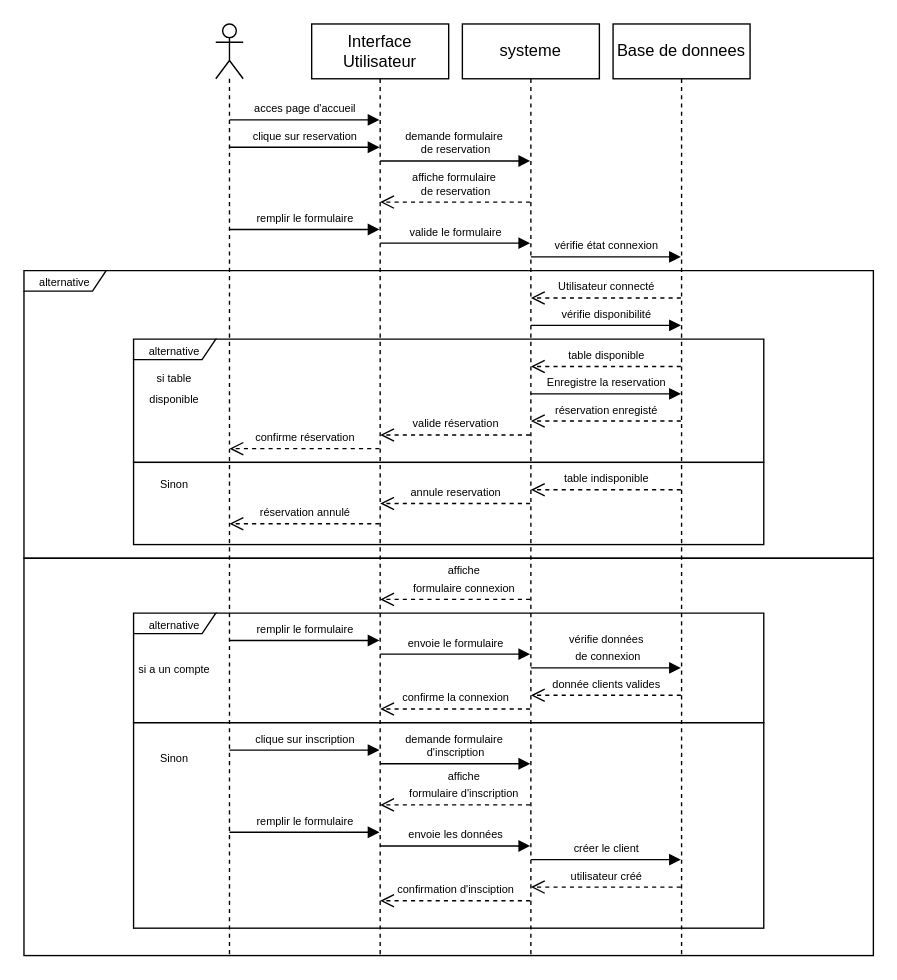
Before: assets/Diagrammes/Sequences/quai_antique_sequence_reservation.drawio in MathieuBal/STUDI_Projet_fil_rouge, a draw.io diagram. Source tidied: cells renumbered, new cells numbered last; positions are measured from the earlier drawing's top-left corner, leaving out a move shared by most shapes. Both pictures are drawn from the tidied source at 137%, with x=0, y=0 at pixel (23, 23).
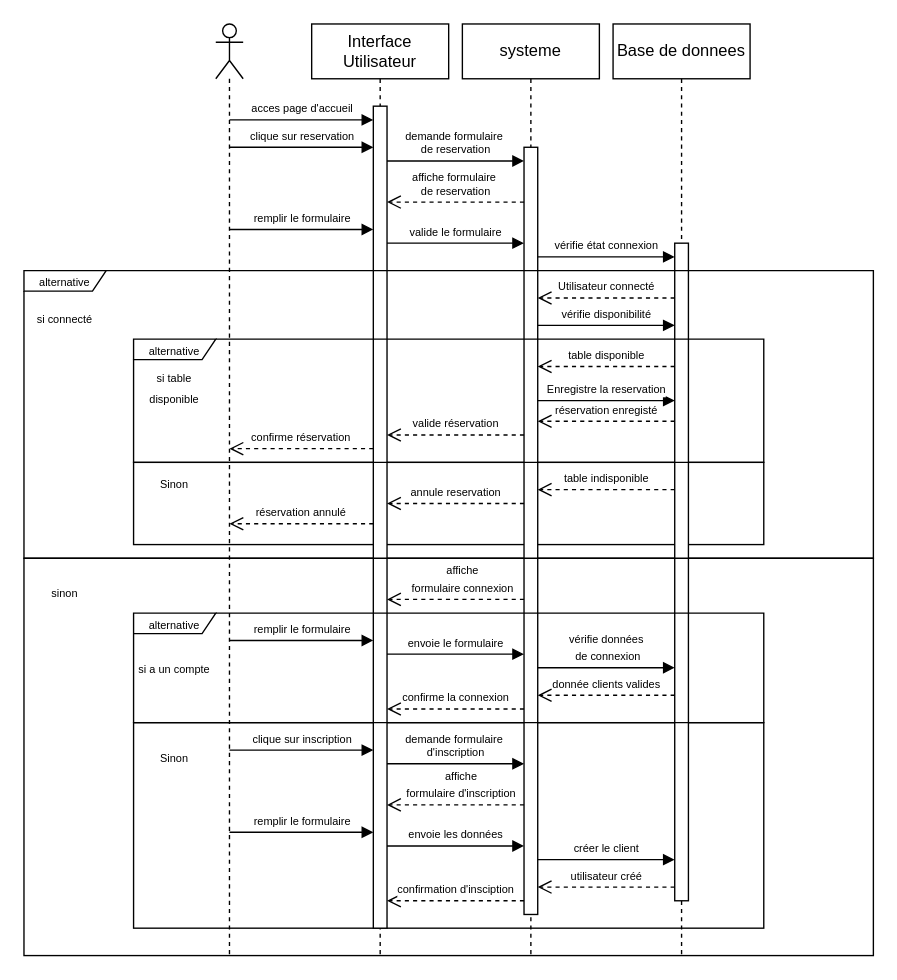
Above is the later version.

Commit message:
Mettre à jour quai_antique_sequence_reservation.drawio

Unchanged cells that the change refers to:
```xml
<mxCell id="5" value="Interface Utilisateur" style="shape=umlLifeline;perimeter=lifelinePerimeter;whiteSpace=wrap;html=1;newEdgeStyle={&quot;curved&quot;:0,&quot;rounded&quot;:0};" parent="1" vertex="1">
  <mxGeometry x="210" width="100" height="680" as="geometry" />
</mxCell>
<mxCell id="6" value="systeme" style="shape=umlLifeline;perimeter=lifelinePerimeter;whiteSpace=wrap;html=1;newEdgeStyle={&quot;curved&quot;:0,&quot;rounded&quot;:0};" parent="1" vertex="1">
  <mxGeometry x="320" width="100" height="680" as="geometry" />
</mxCell>
<mxCell id="7" value="Base de donnees" style="shape=umlLifeline;perimeter=lifelinePerimeter;whiteSpace=wrap;html=1;newEdgeStyle={&quot;curved&quot;:0,&quot;rounded&quot;:0};" parent="1" vertex="1">
  <mxGeometry x="430" width="100" height="680" as="geometry" />
</mxCell>
```

What changed in the source:
```diff
@@
+    <mxCell id="47" style="html=1;points=[[0,0,0,0,5],[0,1,0,0,-5],[1,0,0,0,5],[1,1,0,0,-5]];perimeter=orthogonalPerimeter;outlineConnect=0;targetShapes=umlLifeline;portConstraint=eastwest;newEdgeStyle={&quot;curved&quot;:0,&quot;rounded&quot;:0};" parent="5" vertex="1">
+      <mxGeometry x="45" y="60" width="10" height="600" as="geometry" />
+    </mxCell>
@@
+    <mxCell id="48" style="html=1;points=[[0,0,0,0,5],[0,1,0,0,-5],[1,0,0,0,5],[1,1,0,0,-5]];perimeter=orthogonalPerimeter;outlineConnect=0;targetShapes=umlLifeline;portConstraint=eastwest;newEdgeStyle={&quot;curved&quot;:0,&quot;rounded&quot;:0};" parent="6" vertex="1">
+      <mxGeometry x="45" y="90" width="10" height="560" as="geometry" />
+    </mxCell>
@@
+    <mxCell id="49" style="html=1;perimeter=orthogonalPerimeter;targetShapes=umlLifeline;newEdgeStyle={&quot;curved&quot;:0,&quot;rounded&quot;:0};" parent="7" vertex="1">
+      <mxGeometry x="45" y="160" width="10" height="480" as="geometry" />
+    </mxCell>
@@
-    <mxCell id="9" value="&lt;font style=&quot;font-size: 8px;&quot;&gt;clique sur reservation&lt;/font&gt;" style="html=1;verticalAlign=bottom;endArrow=block;curved=0;rounded=0;" parent="1" edge="1">
+    <mxCell id="9" value="&lt;font style=&quot;font-size: 8px;&quot;&gt;clique sur reservation&lt;/font&gt;" style="html=1;verticalAlign=bottom;endArrow=block;curved=0;rounded=0;" parent="1" edge="1" target="47">
       <mxGeometry relative="1" as="geometry">
         <mxPoint x="150" y="90" as="sourcePoint" />
-        <mxPoint x="259.5" y="90" as="targetPoint" />
       </mxGeometry>
     </mxCell>
-    <mxCell id="10" value="&lt;font style=&quot;font-size: 8px;&quot;&gt;acces page d'accueil&lt;/font&gt;" style="html=1;verticalAlign=bottom;endArrow=block;curved=0;rounded=0;" parent="1" edge="1">
+    <mxCell id="10" value="&lt;font style=&quot;font-size: 8px;&quot;&gt;acces page d'accueil&lt;/font&gt;" style="html=1;verticalAlign=bottom;endArrow=block;curved=0;rounded=0;" parent="1" edge="1" target="47">
       <mxGeometry relative="1" as="geometry">
         <mxPoint x="150" y="70" as="sourcePoint" />
-        <mxPoint x="259.5" y="70" as="targetPoint" />
       </mxGeometry>
     </mxCell>
-    <mxCell id="11" value="&lt;font style=&quot;font-size: 8px;&quot;&gt;demande formulaire&amp;nbsp;&lt;/font&gt;&lt;div style=&quot;font-size: 8px;&quot;&gt;&lt;font style=&quot;font-size: 8px;&quot;&gt;de reservation&lt;/font&gt;&lt;/div&gt;" style="html=1;verticalAlign=bottom;endArrow=block;curved=0;rounded=0;" parent="1" edge="1">
+    <mxCell id="11" value="&lt;font style=&quot;font-size: 8px;&quot;&gt;demande formulaire&amp;nbsp;&lt;/font&gt;&lt;div style=&quot;font-size: 8px;&quot;&gt;&lt;font style=&quot;font-size: 8px;&quot;&gt;de reservation&lt;/font&gt;&lt;/div&gt;" style="html=1;verticalAlign=bottom;endArrow=block;curved=0;rounded=0;" parent="1" edge="1" source="47">
       <mxGeometry relative="1" as="geometry">
-        <mxPoint x="260" y="100" as="sourcePoint" />
-        <mxPoint x="369.5" y="100" as="targetPoint" />
+        <mxPoint x="365" y="100" as="targetPoint" />
       </mxGeometry>
     </mxCell>
-    <mxCell id="12" value="&lt;font style=&quot;font-size: 8px;&quot;&gt;affiche formulaire&amp;nbsp;&lt;/font&gt;&lt;div style=&quot;font-size: 8px;&quot;&gt;de reservation&lt;/div&gt;" style="html=1;verticalAlign=bottom;endArrow=open;dashed=1;endSize=8;curved=0;rounded=0;" parent="1" edge="1">
+    <mxCell id="12" value="&lt;font style=&quot;font-size: 8px;&quot;&gt;affiche formulaire&amp;nbsp;&lt;/font&gt;&lt;div style=&quot;font-size: 8px;&quot;&gt;de reservation&lt;/div&gt;" style="html=1;verticalAlign=bottom;endArrow=open;dashed=1;endSize=8;curved=0;rounded=0;" parent="1" edge="1" target="47">
       <mxGeometry relative="1" as="geometry">
-        <mxPoint x="369.5" y="130" as="sourcePoint" />
-        <mxPoint x="260" y="130" as="targetPoint" />
+        <mxPoint x="365" y="130" as="sourcePoint" />
       </mxGeometry>
     </mxCell>
-    <mxCell id="13" value="&lt;span style=&quot;font-size: 8px;&quot;&gt;remplir le formulaire&lt;/span&gt;" style="html=1;verticalAlign=bottom;endArrow=block;curved=0;rounded=0;" parent="1" edge="1">
+    <mxCell id="13" value="&lt;span style=&quot;font-size: 8px;&quot;&gt;remplir le formulaire&lt;/span&gt;" style="html=1;verticalAlign=bottom;endArrow=block;curved=0;rounded=0;" parent="1" edge="1" target="47">
       <mxGeometry relative="1" as="geometry">
         <mxPoint x="150" y="150" as="sourcePoint" />
-        <mxPoint x="259.5" y="150" as="targetPoint" />
       </mxGeometry>
     </mxCell>
-    <mxCell id="14" value="&lt;span style=&quot;font-size: 8px;&quot;&gt;valide le formulaire&lt;/span&gt;" style="html=1;verticalAlign=bottom;endArrow=block;curved=0;rounded=0;" parent="1" edge="1">
+    <mxCell id="14" value="&lt;span style=&quot;font-size: 8px;&quot;&gt;valide le formulaire&lt;/span&gt;" style="html=1;verticalAlign=bottom;endArrow=block;curved=0;rounded=0;" parent="1" edge="1" source="47">
       <mxGeometry relative="1" as="geometry">
-        <mxPoint x="260" y="160" as="sourcePoint" />
-        <mxPoint x="369.5" y="160" as="targetPoint" />
+        <mxPoint x="365" y="160" as="targetPoint" />
       </mxGeometry>
     </mxCell>
@@
-    <mxCell id="16" value="&lt;span style=&quot;font-size: 8px;&quot;&gt;vérifie état connexion&lt;/span&gt;" style="html=1;verticalAlign=bottom;endArrow=block;curved=0;rounded=0;" parent="1" edge="1">
+    <mxCell id="16" value="&lt;span style=&quot;font-size: 8px;&quot;&gt;vérifie état connexion&lt;/span&gt;" style="html=1;verticalAlign=bottom;endArrow=block;curved=0;rounded=0;" parent="1" edge="1" source="48">
       <mxGeometry relative="1" as="geometry">
-        <mxPoint x="370" y="170" as="sourcePoint" />
-        <mxPoint x="479.5" y="170" as="targetPoint" />
+        <mxPoint x="475" y="170" as="targetPoint" />
       </mxGeometry>
     </mxCell>
-    <mxCell id="17" value="&lt;span style=&quot;font-size: 8px;&quot;&gt;Utilisateur connecté&lt;/span&gt;" style="html=1;verticalAlign=bottom;endArrow=open;dashed=1;endSize=8;curved=0;rounded=0;" parent="1" edge="1">
+    <mxCell id="17" value="&lt;span style=&quot;font-size: 8px;&quot;&gt;Utilisateur connecté&lt;/span&gt;" style="html=1;verticalAlign=bottom;endArrow=open;dashed=1;endSize=8;curved=0;rounded=0;" parent="1" edge="1" target="48">
       <mxGeometry relative="1" as="geometry">
-        <mxPoint x="479.5" y="200" as="sourcePoint" />
-        <mxPoint x="370" y="200" as="targetPoint" />
+        <mxPoint x="475" y="200" as="sourcePoint" />
       </mxGeometry>
     </mxCell>
-    <mxCell id="18" value="&lt;span style=&quot;font-size: 8px;&quot;&gt;vérifie disponibilité&lt;/span&gt;" style="html=1;verticalAlign=bottom;endArrow=block;curved=0;rounded=0;" parent="1" edge="1">
+    <mxCell id="18" value="&lt;span style=&quot;font-size: 8px;&quot;&gt;vérifie disponibilité&lt;/span&gt;" style="html=1;verticalAlign=bottom;endArrow=block;curved=0;rounded=0;" parent="1" edge="1" source="48">
       <mxGeometry relative="1" as="geometry">
-        <mxPoint x="370" y="220" as="sourcePoint" />
-        <mxPoint x="479.5" y="220" as="targetPoint" />
+        <mxPoint x="475" y="220" as="targetPoint" />
       </mxGeometry>
     </mxCell>
@@
-    <mxCell id="20" value="&lt;span style=&quot;font-size: 8px;&quot;&gt;table disponible&lt;/span&gt;" style="html=1;verticalAlign=bottom;endArrow=open;dashed=1;endSize=8;curved=0;rounded=0;" parent="1" edge="1">
+    <mxCell id="20" value="&lt;span style=&quot;font-size: 8px;&quot;&gt;table disponible&lt;/span&gt;" style="html=1;verticalAlign=bottom;endArrow=open;dashed=1;endSize=8;curved=0;rounded=0;" parent="1" edge="1" target="48">
       <mxGeometry relative="1" as="geometry">
-        <mxPoint x="479.5" y="250" as="sourcePoint" />
-        <mxPoint x="370" y="250" as="targetPoint" />
+        <mxPoint x="475" y="250" as="sourcePoint" />
       </mxGeometry>
     </mxCell>
+    <mxCell id="22" value="&lt;span style=&quot;font-size: 8px;&quot;&gt;réservation enregisté&lt;/span&gt;" style="html=1;verticalAlign=bottom;endArrow=open;dashed=1;endSize=8;curved=0;rounded=0;" parent="1" edge="1">
+      <mxGeometry relative="1" as="geometry">
+        <mxPoint x="475" y="290" as="sourcePoint" />
+        <mxPoint x="375" y="290" as="targetPoint" />
+      </mxGeometry>
+    </mxCell>
     <mxCell id="21" value="&lt;span style=&quot;font-size: 8px;&quot;&gt;Enregistre la reservation&lt;/span&gt;" style="html=1;verticalAlign=bottom;endArrow=block;curved=0;rounded=0;" parent="1" edge="1">
       <mxGeometry relative="1" as="geometry">
-        <mxPoint x="370" y="270" as="sourcePoint" />
-        <mxPoint x="479.5" y="270" as="targetPoint" />
+        <mxPoint x="375" y="274.9" as="sourcePoint" />
+        <mxPoint x="475" y="274.9" as="targetPoint" />
       </mxGeometry>
     </mxCell>
-    <mxCell id="22" value="&lt;span style=&quot;font-size: 8px;&quot;&gt;réservation enregisté&lt;/span&gt;" style="html=1;verticalAlign=bottom;endArrow=open;dashed=1;endSize=8;curved=0;rounded=0;" parent="1" edge="1">
-      <mxGeometry relative="1" as="geometry">
-        <mxPoint x="479.5" y="289.8" as="sourcePoint" />
-        <mxPoint x="370" y="289.8" as="targetPoint" />
-      </mxGeometry>
-    </mxCell>
-    <mxCell id="23" value="&lt;span style=&quot;font-size: 8px;&quot;&gt;valide réservation&lt;/span&gt;" style="html=1;verticalAlign=bottom;endArrow=open;dashed=1;endSize=8;curved=0;rounded=0;" parent="1" edge="1">
+    <mxCell id="23" value="&lt;span style=&quot;font-size: 8px;&quot;&gt;valide réservation&lt;/span&gt;" style="html=1;verticalAlign=bottom;endArrow=open;dashed=1;endSize=8;curved=0;rounded=0;" parent="1" edge="1" target="47">
       <mxGeometry relative="1" as="geometry">
-        <mxPoint x="369.5" y="300" as="sourcePoint" />
-        <mxPoint x="260" y="300" as="targetPoint" />
+        <mxPoint x="365" y="300" as="sourcePoint" />
       </mxGeometry>
     </mxCell>
-    <mxCell id="24" value="&lt;span style=&quot;font-size: 8px;&quot;&gt;confirme réservation&lt;/span&gt;" style="html=1;verticalAlign=bottom;endArrow=open;dashed=1;endSize=8;curved=0;rounded=0;" parent="1" edge="1">
+    <mxCell id="24" value="&lt;span style=&quot;font-size: 8px;&quot;&gt;confirme réservation&lt;/span&gt;" style="html=1;verticalAlign=bottom;endArrow=open;dashed=1;endSize=8;curved=0;rounded=0;" parent="1" edge="1" source="47">
       <mxGeometry relative="1" as="geometry">
-        <mxPoint x="259.5" y="310" as="sourcePoint" />
         <mxPoint x="150" y="310" as="targetPoint" />
       </mxGeometry>
     </mxCell>
     <mxCell id="25" value="&lt;span style=&quot;font-size: 8px;&quot;&gt;table indisponible&lt;/span&gt;" style="html=1;verticalAlign=bottom;endArrow=open;dashed=1;endSize=8;curved=0;rounded=0;" parent="1" edge="1">
       <mxGeometry relative="1" as="geometry">
-        <mxPoint x="479.5" y="340" as="sourcePoint" />
-        <mxPoint x="370" y="340" as="targetPoint" />
+        <mxPoint x="475" y="339.9" as="sourcePoint" />
+        <mxPoint x="375" y="339.9" as="targetPoint" />
       </mxGeometry>
     </mxCell>
-    <mxCell id="26" value="&lt;span style=&quot;font-size: 8px;&quot;&gt;annule reservation&lt;/span&gt;" style="html=1;verticalAlign=bottom;endArrow=open;dashed=1;endSize=8;curved=0;rounded=0;" parent="1" edge="1">
+    <mxCell id="26" value="&lt;span style=&quot;font-size: 8px;&quot;&gt;annule reservation&lt;/span&gt;" style="html=1;verticalAlign=bottom;endArrow=open;dashed=1;endSize=8;curved=0;rounded=0;" parent="1" edge="1" target="47">
       <mxGeometry relative="1" as="geometry">
-        <mxPoint x="369.5" y="350" as="sourcePoint" />
-        <mxPoint x="260" y="350" as="targetPoint" />
+        <mxPoint x="365" y="350" as="sourcePoint" />
       </mxGeometry>
     </mxCell>
-    <mxCell id="27" value="&lt;span style=&quot;font-size: 8px;&quot;&gt;réservation annulé&lt;/span&gt;" style="html=1;verticalAlign=bottom;endArrow=open;dashed=1;endSize=8;curved=0;rounded=0;" parent="1" edge="1">
+    <mxCell id="27" value="&lt;span style=&quot;font-size: 8px;&quot;&gt;réservation annulé&lt;/span&gt;" style="html=1;verticalAlign=bottom;endArrow=open;dashed=1;endSize=8;curved=0;rounded=0;" parent="1" edge="1" source="47">
       <mxGeometry relative="1" as="geometry">
-        <mxPoint x="259.5" y="364.8" as="sourcePoint" />
         <mxPoint x="150" y="364.8" as="targetPoint" />
       </mxGeometry>
     </mxCell>
@@
     <mxCell id="30" value="&lt;span style=&quot;font-size: 8px;&quot;&gt;donnée clients valides&lt;/span&gt;" style="html=1;verticalAlign=bottom;endArrow=open;dashed=1;endSize=8;curved=0;rounded=0;" parent="1" edge="1">
       <mxGeometry relative="1" as="geometry">
-        <mxPoint x="479.5" y="490" as="sourcePoint" />
-        <mxPoint x="370" y="490" as="targetPoint" />
+        <mxPoint x="475" y="490" as="sourcePoint" />
+        <mxPoint x="375" y="490" as="targetPoint" />
       </mxGeometry>
     </mxCell>
-    <mxCell id="31" value="&lt;span style=&quot;font-size: 8px;&quot;&gt;affiche&lt;/span&gt;&lt;div&gt;&lt;span style=&quot;font-size: 8px;&quot;&gt;formulaire connexion&lt;/span&gt;&lt;/div&gt;" style="html=1;verticalAlign=bottom;endArrow=open;dashed=1;endSize=8;curved=0;rounded=0;" parent="1" edge="1">
+    <mxCell id="31" value="&lt;span style=&quot;font-size: 8px;&quot;&gt;affiche&lt;/span&gt;&lt;div&gt;&lt;span style=&quot;font-size: 8px;&quot;&gt;formulaire connexion&lt;/span&gt;&lt;/div&gt;" style="html=1;verticalAlign=bottom;endArrow=open;dashed=1;endSize=8;curved=0;rounded=0;" parent="1" edge="1" target="47">
       <mxGeometry x="-0.1" relative="1" as="geometry">
-        <mxPoint x="369.5" y="420" as="sourcePoint" />
-        <mxPoint x="260" y="420" as="targetPoint" />
+        <mxPoint x="365" y="420" as="sourcePoint" />
       </mxGeometry>
     </mxCell>
@@
-    <mxCell id="33" value="&lt;span style=&quot;font-size: 8px;&quot;&gt;remplir le formulaire&lt;/span&gt;" style="html=1;verticalAlign=bottom;endArrow=block;curved=0;rounded=0;" parent="1" edge="1">
+    <mxCell id="33" value="&lt;span style=&quot;font-size: 8px;&quot;&gt;remplir le formulaire&lt;/span&gt;" style="html=1;verticalAlign=bottom;endArrow=block;curved=0;rounded=0;" parent="1" edge="1" target="47">
       <mxGeometry relative="1" as="geometry">
         <mxPoint x="150" y="450" as="sourcePoint" />
-        <mxPoint x="259.5" y="450" as="targetPoint" />
       </mxGeometry>
     </mxCell>
-    <mxCell id="34" value="&lt;span style=&quot;font-size: 8px;&quot;&gt;envoie le formulaire&lt;/span&gt;" style="html=1;verticalAlign=bottom;endArrow=block;curved=0;rounded=0;" parent="1" edge="1">
+    <mxCell id="34" value="&lt;span style=&quot;font-size: 8px;&quot;&gt;envoie le formulaire&lt;/span&gt;" style="html=1;verticalAlign=bottom;endArrow=block;curved=0;rounded=0;" parent="1" edge="1" source="47">
       <mxGeometry relative="1" as="geometry">
-        <mxPoint x="260" y="460" as="sourcePoint" />
-        <mxPoint x="369.5" y="460" as="targetPoint" />
+        <mxPoint x="365" y="460" as="targetPoint" />
       </mxGeometry>
     </mxCell>
     <mxCell id="35" value="&lt;span style=&quot;font-size: 8px;&quot;&gt;vérifie données&lt;/span&gt;&lt;div&gt;&lt;span style=&quot;font-size: 8px;&quot;&gt;&amp;nbsp;de connexion&lt;/span&gt;&lt;/div&gt;" style="html=1;verticalAlign=bottom;endArrow=block;curved=0;rounded=0;" parent="1" edge="1">
       <mxGeometry relative="1" as="geometry">
-        <mxPoint x="370" y="470" as="sourcePoint" />
-        <mxPoint x="479.5" y="470" as="targetPoint" />
+        <mxPoint x="375" y="469.9" as="sourcePoint" />
+        <mxPoint x="475" y="469.9" as="targetPoint" />
       </mxGeometry>
     </mxCell>
-    <mxCell id="36" value="&lt;span style=&quot;font-size: 8px;&quot;&gt;confirme la connexion&lt;/span&gt;" style="html=1;verticalAlign=bottom;endArrow=open;dashed=1;endSize=8;curved=0;rounded=0;" parent="1" edge="1">
+    <mxCell id="36" value="&lt;span style=&quot;font-size: 8px;&quot;&gt;confirme la connexion&lt;/span&gt;" style="html=1;verticalAlign=bottom;endArrow=open;dashed=1;endSize=8;curved=0;rounded=0;" parent="1" edge="1" target="47">
       <mxGeometry relative="1" as="geometry">
-        <mxPoint x="369.5" y="500" as="sourcePoint" />
-        <mxPoint x="260" y="500" as="targetPoint" />
+        <mxPoint x="365" y="500" as="sourcePoint" />
       </mxGeometry>
     </mxCell>
-    <mxCell id="37" value="&lt;span style=&quot;font-size: 8px;&quot;&gt;clique sur inscription&lt;/span&gt;" style="html=1;verticalAlign=bottom;endArrow=block;curved=0;rounded=0;" parent="1" edge="1">
+    <mxCell id="37" value="&lt;span style=&quot;font-size: 8px;&quot;&gt;clique sur inscription&lt;/span&gt;" style="html=1;verticalAlign=bottom;endArrow=block;curved=0;rounded=0;" parent="1" edge="1" target="47">
       <mxGeometry relative="1" as="geometry">
         <mxPoint x="150" y="530" as="sourcePoint" />
-        <mxPoint x="259.5" y="530" as="targetPoint" />
       </mxGeometry>
     </mxCell>
+    <mxCell id="39" value="&lt;span style=&quot;font-size: 8px;&quot;&gt;affiche&lt;/span&gt;&lt;div&gt;&lt;span style=&quot;font-size: 8px;&quot;&gt;formulaire d'inscription&lt;/span&gt;&lt;/div&gt;" style="html=1;verticalAlign=bottom;endArrow=open;dashed=1;endSize=8;curved=0;rounded=0;" parent="1" edge="1" target="47">
+      <mxGeometry x="-0.09" relative="1" as="geometry">
+        <mxPoint x="365" y="570" as="sourcePoint" />
+      </mxGeometry>
+    </mxCell>
-    <mxCell id="38" value="&lt;font style=&quot;font-size: 8px;&quot;&gt;demande formulaire&amp;nbsp;&lt;/font&gt;&lt;div style=&quot;font-size: 8px;&quot;&gt;&lt;font style=&quot;font-size: 8px;&quot;&gt;d'inscription&lt;/font&gt;&lt;/div&gt;" style="html=1;verticalAlign=bottom;endArrow=block;curved=0;rounded=0;" parent="1" edge="1">
+    <mxCell id="38" value="&lt;font style=&quot;font-size: 8px;&quot;&gt;demande formulaire&amp;nbsp;&lt;/font&gt;&lt;div style=&quot;font-size: 8px;&quot;&gt;&lt;font style=&quot;font-size: 8px;&quot;&gt;d'inscription&lt;/font&gt;&lt;/div&gt;" style="html=1;verticalAlign=bottom;endArrow=block;curved=0;rounded=0;" parent="1" edge="1" source="47">
       <mxGeometry relative="1" as="geometry">
-        <mxPoint x="260" y="540" as="sourcePoint" />
-        <mxPoint x="369.5" y="540" as="targetPoint" />
+        <mxPoint x="365" y="540" as="targetPoint" />
       </mxGeometry>
     </mxCell>
-    <mxCell id="39" value="&lt;span style=&quot;font-size: 8px;&quot;&gt;affiche&lt;/span&gt;&lt;div&gt;&lt;span style=&quot;font-size: 8px;&quot;&gt;formulaire d'inscription&lt;/span&gt;&lt;/div&gt;" style="html=1;verticalAlign=bottom;endArrow=open;dashed=1;endSize=8;curved=0;rounded=0;" parent="1" edge="1">
-      <mxGeometry x="-0.1" relative="1" as="geometry">
-        <mxPoint x="369.5" y="570" as="sourcePoint" />
-        <mxPoint x="260" y="570" as="targetPoint" />
-      </mxGeometry>
-    </mxCell>
-    <mxCell id="40" value="&lt;span style=&quot;font-size: 8px;&quot;&gt;remplir le formulaire&lt;/span&gt;" style="html=1;verticalAlign=bottom;endArrow=block;curved=0;rounded=0;" parent="1" edge="1">
+    <mxCell id="40" value="&lt;span style=&quot;font-size: 8px;&quot;&gt;remplir le formulaire&lt;/span&gt;" style="html=1;verticalAlign=bottom;endArrow=block;curved=0;rounded=0;" parent="1" edge="1" target="47">
       <mxGeometry relative="1" as="geometry">
         <mxPoint x="150" y="590" as="sourcePoint" />
-        <mxPoint x="259.5" y="590" as="targetPoint" />
       </mxGeometry>
     </mxCell>
-    <mxCell id="41" value="&lt;span style=&quot;font-size: 8px;&quot;&gt;envoie les données&lt;/span&gt;" style="html=1;verticalAlign=bottom;endArrow=block;curved=0;rounded=0;" parent="1" edge="1">
+    <mxCell id="41" value="&lt;span style=&quot;font-size: 8px;&quot;&gt;envoie les données&lt;/span&gt;" style="html=1;verticalAlign=bottom;endArrow=block;curved=0;rounded=0;" parent="1" edge="1" source="47">
       <mxGeometry relative="1" as="geometry">
-        <mxPoint x="260" y="600" as="sourcePoint" />
-        <mxPoint x="369.5" y="600" as="targetPoint" />
+        <mxPoint x="365" y="600" as="targetPoint" />
       </mxGeometry>
     </mxCell>
     <mxCell id="42" value="&lt;span style=&quot;font-size: 8px;&quot;&gt;créer le client&lt;/span&gt;" style="html=1;verticalAlign=bottom;endArrow=block;curved=0;rounded=0;" parent="1" edge="1">
       <mxGeometry relative="1" as="geometry">
-        <mxPoint x="370" y="610" as="sourcePoint" />
-        <mxPoint x="479.5" y="610" as="targetPoint" />
+        <mxPoint x="375" y="610" as="sourcePoint" />
+        <mxPoint x="475" y="610" as="targetPoint" />
       </mxGeometry>
     </mxCell>
     <mxCell id="43" value="&lt;span style=&quot;font-size: 8px;&quot;&gt;utilisateur créé&lt;/span&gt;" style="html=1;verticalAlign=bottom;endArrow=open;dashed=1;endSize=8;curved=0;rounded=0;" parent="1" edge="1">
       <mxGeometry relative="1" as="geometry">
-        <mxPoint x="479.5" y="630" as="sourcePoint" />
-        <mxPoint x="370" y="630" as="targetPoint" />
+        <mxPoint x="475" y="630" as="sourcePoint" />
+        <mxPoint x="375" y="630" as="targetPoint" />
       </mxGeometry>
     </mxCell>
-    <mxCell id="44" value="&lt;span style=&quot;font-size: 8px;&quot;&gt;confirmation d'insciption&lt;/span&gt;" style="html=1;verticalAlign=bottom;endArrow=open;dashed=1;endSize=8;curved=0;rounded=0;" parent="1" edge="1">
+    <mxCell id="44" value="&lt;span style=&quot;font-size: 8px;&quot;&gt;confirmation d'insciption&lt;/span&gt;" style="html=1;verticalAlign=bottom;endArrow=open;dashed=1;endSize=8;curved=0;rounded=0;" parent="1" edge="1" target="47">
       <mxGeometry relative="1" as="geometry">
-        <mxPoint x="369.5" y="640" as="sourcePoint" />
-        <mxPoint x="260" y="640" as="targetPoint" />
+        <mxPoint x="365" y="640" as="sourcePoint" />
       </mxGeometry>
     </mxCell>
@@
+    <mxCell id="50" value="&lt;font style=&quot;font-size: 8px;&quot;&gt;si connecté&lt;/font&gt;" style="text;html=1;align=center;verticalAlign=middle;whiteSpace=wrap;rounded=0;" parent="1" vertex="1">
+      <mxGeometry y="200" width="60" height="30" as="geometry" />
+    </mxCell>
+    <mxCell id="51" value="&lt;font style=&quot;font-size: 8px;&quot;&gt;sinon&lt;/font&gt;" style="text;html=1;align=center;verticalAlign=middle;whiteSpace=wrap;rounded=0;" parent="1" vertex="1">
+      <mxGeometry y="400" width="60" height="30" as="geometry" />
+    </mxCell>
```
